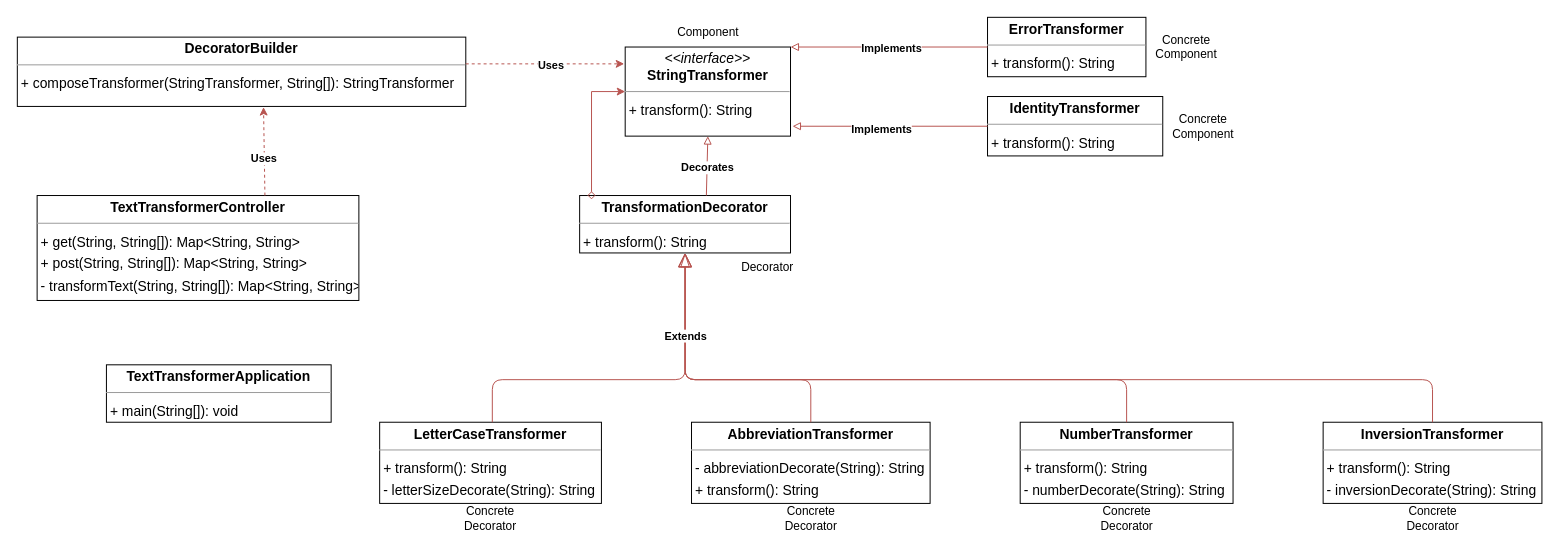
JakubWieclaw/IOD-L11-Alpha keeps this draw.io diagram as IOD_L11_Alpha_UML.drawio. Above is the earlier version. Source tidied: cells renumbered, new cells numbered last; positions are measured from the earlier drawing's top-left corner, leaving out a move shared by most shapes. Both pictures are drawn from the tidied source at 99%, with x=0, y=0 at pixel (17, 17).
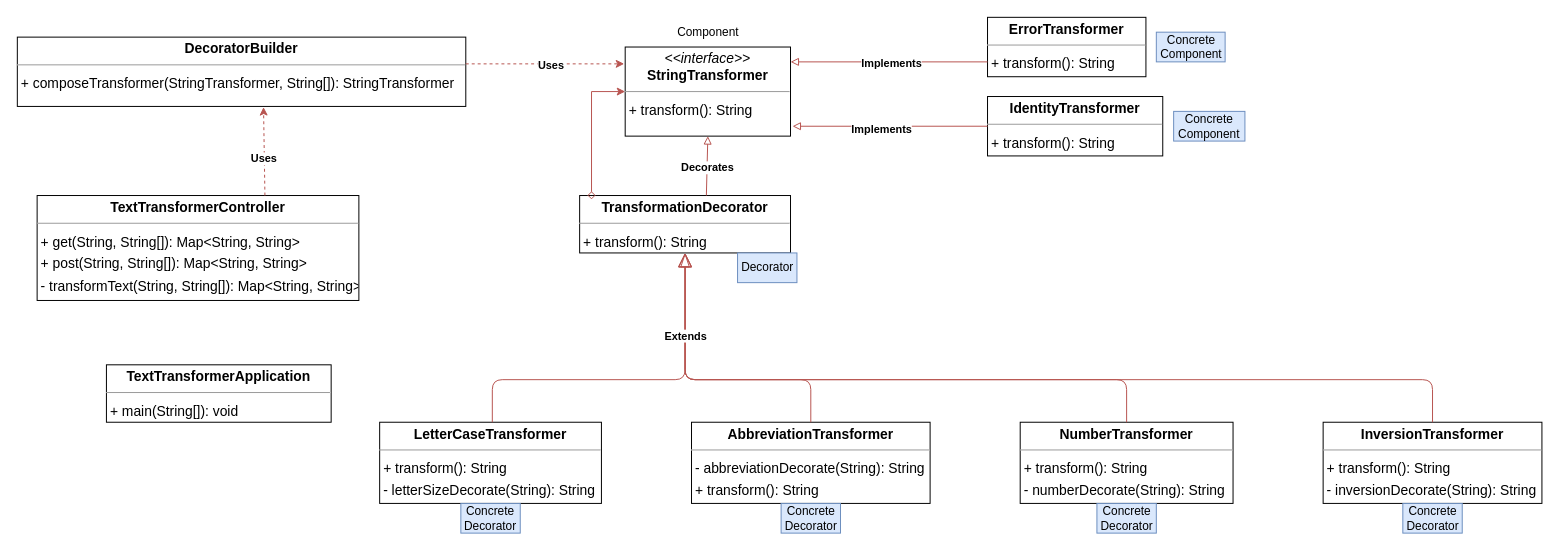
The same page after the edit.

The change refers to these unchanged cells:
```xml
<mxCell id="4" value="&lt;p style=&quot;margin:0px;margin-top:4px;text-align:center;&quot;&gt;&lt;b&gt;ErrorTransformer&lt;/b&gt;&lt;/p&gt;&lt;hr size=&quot;1&quot;/&gt;&lt;p style=&quot;margin:0 0 0 4px;line-height:1.6;&quot;&gt;+ transform(): String&lt;/p&gt;" style="verticalAlign=top;align=left;overflow=fill;fontSize=14;fontFamily=Helvetica;html=1;rounded=0;shadow=0;comic=0;labelBackgroundColor=none;strokeWidth=1;" parent="1" vertex="1">
  <mxGeometry x="980" width="160" height="60" as="geometry" />
</mxCell>
<mxCell id="9" value="&lt;p style=&quot;margin:0px;margin-top:4px;text-align:center;&quot;&gt;&lt;i&gt;&amp;lt;&amp;lt;interface&amp;gt;&amp;gt;&lt;/i&gt;&lt;br/&gt;&lt;b&gt;StringTransformer&lt;/b&gt;&lt;/p&gt;&lt;hr size=&quot;1&quot;/&gt;&lt;p style=&quot;margin:0 0 0 4px;line-height:1.6;&quot;&gt;+ transform(): String&lt;/p&gt;" style="verticalAlign=top;align=left;overflow=fill;fontSize=14;fontFamily=Helvetica;html=1;rounded=0;shadow=0;comic=0;labelBackgroundColor=none;strokeWidth=1;" parent="1" vertex="1">
  <mxGeometry x="614" y="30" width="167" height="90" as="geometry" />
</mxCell>
```

Diff of the diagram source:
```diff
@@
-    <mxCell id="22" style="endArrow=block;html=1;rounded=0;endFill=0;entryX=1;entryY=0;entryDx=0;entryDy=0;fillColor=#f8cecc;strokeColor=#b85450;exitX=0;exitY=0.5;exitDx=0;exitDy=0;" parent="1" edge="1" source="4" target="9">
-      <mxGeometry relative="1" as="geometry" />
+    <mxCell id="22" style="endArrow=block;html=1;rounded=0;endFill=0;entryX=1;entryY=0;entryDx=0;entryDy=0;fillColor=#f8cecc;strokeColor=#b85450;exitX=0;exitY=0.5;exitDx=0;exitDy=0;" parent="1" edge="1">
+      <mxGeometry relative="1" as="geometry">
+        <mxPoint x="980" y="45" as="sourcePoint" />
+        <mxPoint x="781" y="45" as="targetPoint" />
+      </mxGeometry>
     </mxCell>
@@
-    <mxCell id="30" value="Concrete Decorator" style="text;strokeColor=none;align=center;fillColor=none;html=1;verticalAlign=middle;whiteSpace=wrap;rounded=0;" parent="1" vertex="1">
+    <mxCell id="30" value="Concrete Decorator" style="text;strokeColor=#6c8ebf;align=center;fillColor=#dae8fc;html=1;verticalAlign=middle;whiteSpace=wrap;rounded=0;" parent="1" vertex="1">
       <mxGeometry x="448" y="491" width="60" height="30" as="geometry" />
     </mxCell>
-    <mxCell id="31" value="Concrete Decorator" style="text;strokeColor=none;align=center;fillColor=none;html=1;verticalAlign=middle;whiteSpace=wrap;rounded=0;" parent="1" vertex="1">
+    <mxCell id="31" value="Concrete Decorator" style="text;strokeColor=#6c8ebf;align=center;fillColor=#dae8fc;html=1;verticalAlign=middle;whiteSpace=wrap;rounded=0;" parent="1" vertex="1">
       <mxGeometry x="771.5" y="491" width="60" height="30" as="geometry" />
     </mxCell>
-    <mxCell id="32" value="Concrete Decorator" style="text;strokeColor=none;align=center;fillColor=none;html=1;verticalAlign=middle;whiteSpace=wrap;rounded=0;" parent="1" vertex="1">
+    <mxCell id="32" value="Concrete Decorator" style="text;strokeColor=#6c8ebf;align=center;fillColor=#dae8fc;html=1;verticalAlign=middle;whiteSpace=wrap;rounded=0;" parent="1" vertex="1">
       <mxGeometry x="1090.5" y="491" width="60" height="30" as="geometry" />
     </mxCell>
-    <mxCell id="33" value="Concrete Decorator" style="text;strokeColor=none;align=center;fillColor=none;html=1;verticalAlign=middle;whiteSpace=wrap;rounded=0;" parent="1" vertex="1">
+    <mxCell id="33" value="Concrete Decorator" style="text;strokeColor=#6c8ebf;align=center;fillColor=#dae8fc;html=1;verticalAlign=middle;whiteSpace=wrap;rounded=0;" parent="1" vertex="1">
       <mxGeometry x="1399.5" y="491" width="60" height="30" as="geometry" />
     </mxCell>
-    <mxCell id="34" value="Decorator" style="text;strokeColor=none;align=center;fillColor=none;html=1;verticalAlign=middle;whiteSpace=wrap;rounded=0;" parent="1" vertex="1">
+    <mxCell id="34" value="Decorator" style="text;strokeColor=#6c8ebf;align=center;fillColor=#dae8fc;html=1;verticalAlign=middle;whiteSpace=wrap;rounded=0;" parent="1" vertex="1">
       <mxGeometry x="727.5" y="238" width="60" height="30" as="geometry" />
     </mxCell>
-    <mxCell id="35" value="Concrete Component" style="text;strokeColor=none;align=center;fillColor=none;html=1;verticalAlign=middle;whiteSpace=wrap;rounded=0;" parent="1" vertex="1">
-      <mxGeometry x="1150.5" y="15" width="60" height="30" as="geometry" />
+    <mxCell id="35" value="Concrete Component" style="text;strokeColor=#6c8ebf;align=center;fillColor=#dae8fc;html=1;verticalAlign=middle;whiteSpace=wrap;rounded=0;" parent="1" vertex="1">
+      <mxGeometry x="1150.5" y="15" width="69.5" height="30" as="geometry" />
     </mxCell>
-    <mxCell id="36" value="Concrete Component" style="text;strokeColor=none;align=center;fillColor=none;html=1;verticalAlign=middle;whiteSpace=wrap;rounded=0;" parent="1" vertex="1">
-      <mxGeometry x="1168" y="95" width="60" height="30" as="geometry" />
+    <mxCell id="36" value="Concrete Component" style="text;strokeColor=#6c8ebf;align=center;fillColor=#dae8fc;html=1;verticalAlign=middle;whiteSpace=wrap;rounded=0;" parent="1" vertex="1">
+      <mxGeometry x="1168" y="95" width="72" height="30" as="geometry" />
     </mxCell>
```
